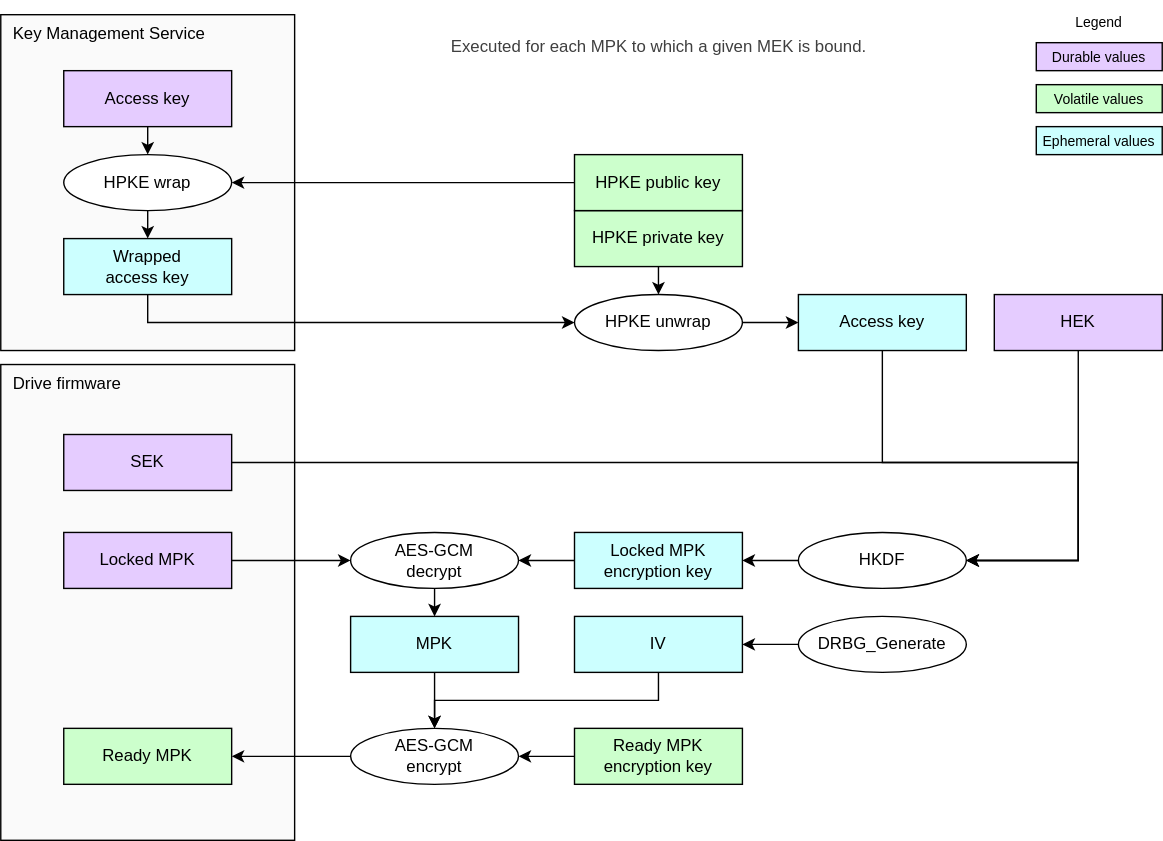
Earlier version of the draw.io export doc/ocp_lock/diagrams/mpk_ready.drawio.svg (chipsalliance/Caliptra). Source tidied: cells renumbered, new cells last; positions are measured from the earlier drawing's top-left corner, leaving out a move shared by most shapes.
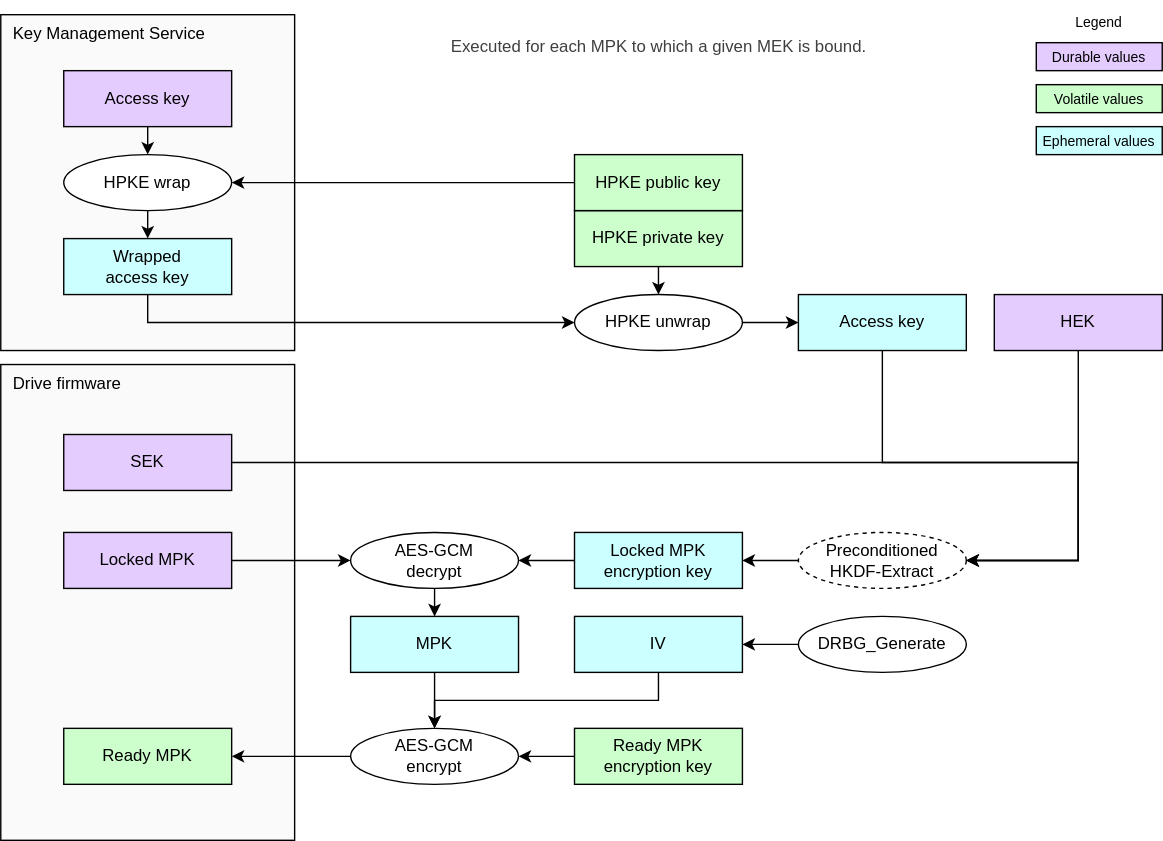
The same file after the commit.

What changed in the source:
```diff
@@ -23,7 +23,7 @@
     <mxCell id="8" value="&lt;div&gt;&lt;font color=&quot;#000000&quot;&gt;Access key&lt;/font&gt;&lt;/div&gt;" style="rounded=0;whiteSpace=wrap;html=1;align=center;verticalAlign=middle;shadow=0;glass=0;spacingLeft=0;spacingBottom=0;spacingTop=0;fillColor=#CCFFFF;" parent="1" vertex="1">
       <mxGeometry x="570" y="210" width="120" height="40" as="geometry" />
     </mxCell>
-    <mxCell id="9" value="HKDF" style="ellipse;whiteSpace=wrap;html=1;fillColor=#FFFFFF;" parent="1" vertex="1">
+    <mxCell id="9" value="&lt;span style=&quot;color: rgb(0, 0, 0);&quot;&gt;Preconditioned&lt;/span&gt;&lt;div&gt;HKDF-Extract&lt;/div&gt;" style="ellipse;whiteSpace=wrap;html=1;fillColor=#FFFFFF;dashed=1;" parent="1" vertex="1">
       <mxGeometry x="570" y="380" width="120" height="40" as="geometry" />
     </mxCell>
     <mxCell id="10" style="edgeStyle=none;html=1;" parent="1" edge="1" source="11" target="20">
```
